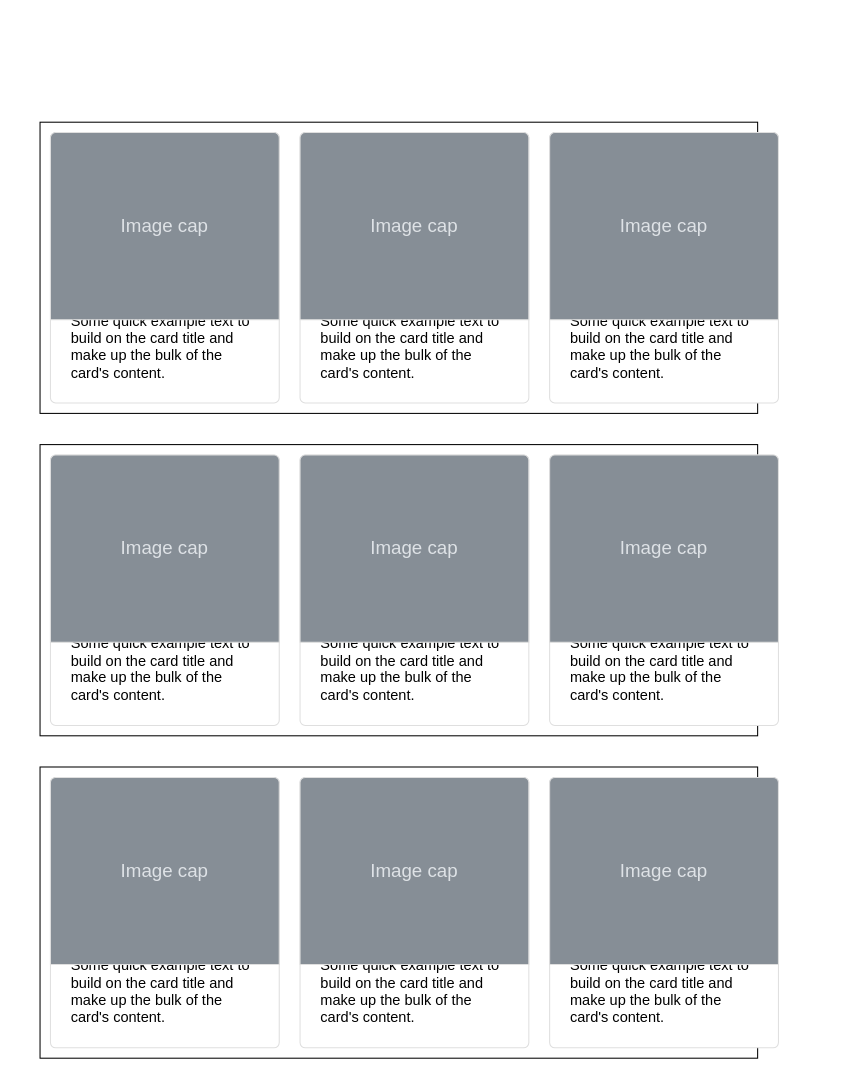
The draw.io diagram Untitled Diagram.drawio in gmanfrini/bookonline, before the edit. Source tidied: cells renumbered, new cells numbered last; positions are measured from the earlier drawing's top-left corner, leaving out a move shared by most shapes. Both pictures are drawn from the tidied source at 104%, with x=0, y=0 at pixel (40, 122).
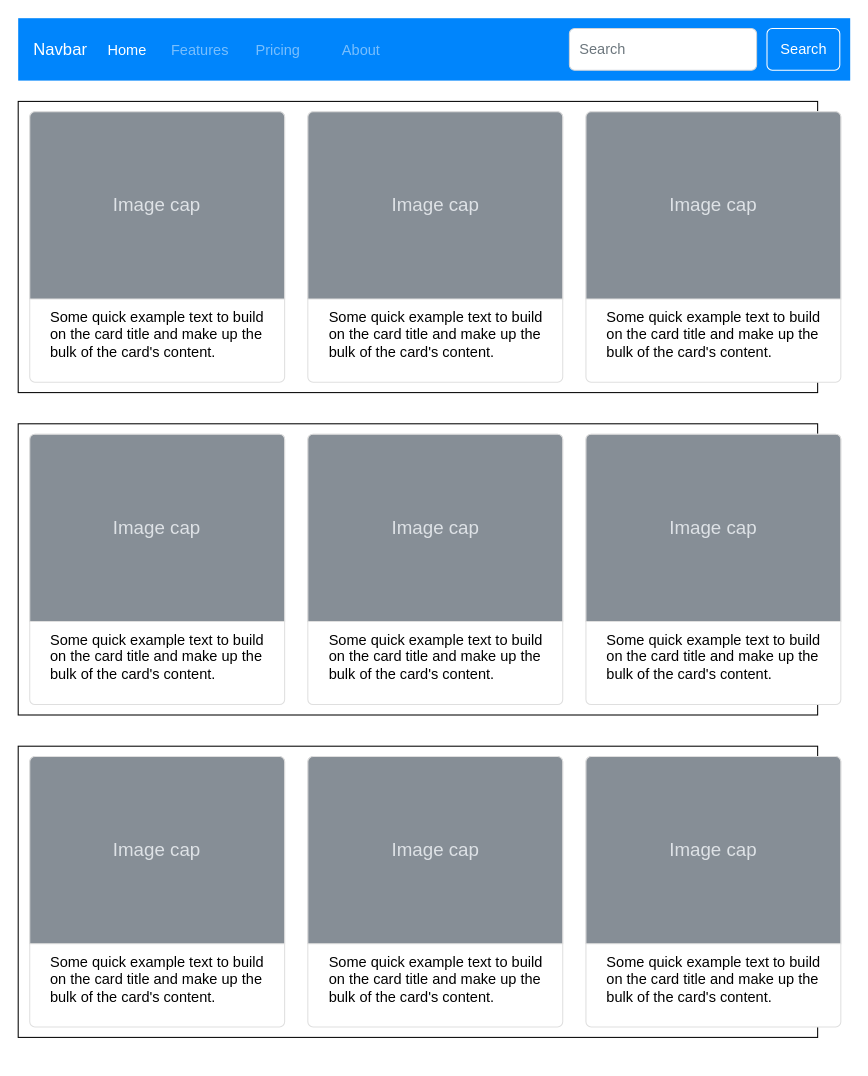
Above is the later version.

What changed in the source:
```diff
@@
+    <mxCell id="26" style="group;" parent="1" vertex="1">
+      <mxGeometry x="-21" y="-20" width="791" height="900" as="geometry" />
+    </mxCell>
-    <mxCell id="2" style="group;" parent="1" vertex="1">
-      <mxGeometry width="710" height="280" as="geometry" />
+    <mxCell id="2" style="group;" parent="26" vertex="1">
+      <mxGeometry width="791" height="280" as="geometry" />
     </mxCell>
     <mxCell id="3" style="rounded=0;whiteSpace=wrap;html=1;" parent="2" vertex="1">
-      <mxGeometry width="690" height="280" as="geometry" />
+      <mxGeometry width="768.7" height="280" as="geometry" />
     </mxCell>
     <mxCell id="4" value="Some quick example text to build on the card title and make up the bulk of the card's content." style="html=1;shadow=0;dashed=0;shape=mxgraph.bootstrap.rrect;rSize=5;strokeColor=#DFDFDF;html=1;whiteSpace=wrap;fillColor=#ffffff;fontColor=#000000;verticalAlign=bottom;align=left;spacing=20;fontSize=14;" parent="2" vertex="1">
-      <mxGeometry x="10" y="10" width="220" height="260" as="geometry" />
+      <mxGeometry x="11.1" y="10" width="245.1" height="260" as="geometry" />
     </mxCell>
     <mxCell id="5" value="Image cap" style="html=1;shadow=0;dashed=0;shape=mxgraph.bootstrap.topButton;rSize=5;perimeter=none;whiteSpace=wrap;fillColor=#868E96;strokeColor=#DFDFDF;fontColor=#DEE2E6;fontSize=18;" parent="4" vertex="1">
-      <mxGeometry width="220" height="180" relative="1" as="geometry" />
+      <mxGeometry width="245.1" height="180" relative="1" as="geometry" />
     </mxCell>
     <mxCell id="6" value="Some quick example text to build on the card title and make up the bulk of the card's content." style="html=1;shadow=0;dashed=0;shape=mxgraph.bootstrap.rrect;rSize=5;strokeColor=#DFDFDF;html=1;whiteSpace=wrap;fillColor=#ffffff;fontColor=#000000;verticalAlign=bottom;align=left;spacing=20;fontSize=14;" parent="2" vertex="1">
-      <mxGeometry x="250" y="10" width="220" height="260" as="geometry" />
+      <mxGeometry x="278.5" y="10" width="245.1" height="260" as="geometry" />
     </mxCell>
     <mxCell id="7" value="Image cap" style="html=1;shadow=0;dashed=0;shape=mxgraph.bootstrap.topButton;rSize=5;perimeter=none;whiteSpace=wrap;fillColor=#868E96;strokeColor=#DFDFDF;fontColor=#DEE2E6;fontSize=18;" parent="6" vertex="1">
-      <mxGeometry width="220" height="180" relative="1" as="geometry" />
+      <mxGeometry width="245.1" height="180" relative="1" as="geometry" />
     </mxCell>
     <mxCell id="8" value="Some quick example text to build on the card title and make up the bulk of the card's content." style="html=1;shadow=0;dashed=0;shape=mxgraph.bootstrap.rrect;rSize=5;strokeColor=#DFDFDF;html=1;whiteSpace=wrap;fillColor=#ffffff;fontColor=#000000;verticalAlign=bottom;align=left;spacing=20;fontSize=14;" parent="2" vertex="1">
-      <mxGeometry x="490" y="10" width="220" height="260" as="geometry" />
+      <mxGeometry x="545.9" y="10" width="245.1" height="260" as="geometry" />
     </mxCell>
     <mxCell id="9" value="Image cap" style="html=1;shadow=0;dashed=0;shape=mxgraph.bootstrap.topButton;rSize=5;perimeter=none;whiteSpace=wrap;fillColor=#868E96;strokeColor=#DFDFDF;fontColor=#DEE2E6;fontSize=18;" parent="8" vertex="1">
-      <mxGeometry width="220" height="180" relative="1" as="geometry" />
+      <mxGeometry width="245.1" height="180" relative="1" as="geometry" />
     </mxCell>
-    <mxCell id="10" style="group;" parent="1" vertex="1">
-      <mxGeometry y="310" width="710" height="280" as="geometry" />
+    <mxCell id="10" style="group;" parent="26" vertex="1">
+      <mxGeometry y="310" width="791" height="280" as="geometry" />
     </mxCell>
     <mxCell id="11" style="rounded=0;whiteSpace=wrap;html=1;" parent="10" vertex="1">
-      <mxGeometry width="690" height="280" as="geometry" />
+      <mxGeometry width="768.7" height="280" as="geometry" />
     </mxCell>
     <mxCell id="12" value="Some quick example text to build on the card title and make up the bulk of the card's content." style="html=1;shadow=0;dashed=0;shape=mxgraph.bootstrap.rrect;rSize=5;strokeColor=#DFDFDF;html=1;whiteSpace=wrap;fillColor=#ffffff;fontColor=#000000;verticalAlign=bottom;align=left;spacing=20;fontSize=14;" parent="10" vertex="1">
-      <mxGeometry x="10" y="10" width="220" height="260" as="geometry" />
+      <mxGeometry x="11.1" y="10" width="245.1" height="260" as="geometry" />
     </mxCell>
     <mxCell id="13" value="Image cap" style="html=1;shadow=0;dashed=0;shape=mxgraph.bootstrap.topButton;rSize=5;perimeter=none;whiteSpace=wrap;fillColor=#868E96;strokeColor=#DFDFDF;fontColor=#DEE2E6;fontSize=18;" parent="12" vertex="1">
-      <mxGeometry width="220" height="180" relative="1" as="geometry" />
+      <mxGeometry width="245.1" height="180" relative="1" as="geometry" />
     </mxCell>
     <mxCell id="14" value="Some quick example text to build on the card title and make up the bulk of the card's content." style="html=1;shadow=0;dashed=0;shape=mxgraph.bootstrap.rrect;rSize=5;strokeColor=#DFDFDF;html=1;whiteSpace=wrap;fillColor=#ffffff;fontColor=#000000;verticalAlign=bottom;align=left;spacing=20;fontSize=14;" parent="10" vertex="1">
-      <mxGeometry x="250" y="10" width="220" height="260" as="geometry" />
+      <mxGeometry x="278.5" y="10" width="245.1" height="260" as="geometry" />
     </mxCell>
     <mxCell id="15" value="Image cap" style="html=1;shadow=0;dashed=0;shape=mxgraph.bootstrap.topButton;rSize=5;perimeter=none;whiteSpace=wrap;fillColor=#868E96;strokeColor=#DFDFDF;fontColor=#DEE2E6;fontSize=18;" parent="14" vertex="1">
-      <mxGeometry width="220" height="180" relative="1" as="geometry" />
+      <mxGeometry width="245.1" height="180" relative="1" as="geometry" />
     </mxCell>
     <mxCell id="16" value="Some quick example text to build on the card title and make up the bulk of the card's content." style="html=1;shadow=0;dashed=0;shape=mxgraph.bootstrap.rrect;rSize=5;strokeColor=#DFDFDF;html=1;whiteSpace=wrap;fillColor=#ffffff;fontColor=#000000;verticalAlign=bottom;align=left;spacing=20;fontSize=14;" parent="10" vertex="1">
-      <mxGeometry x="490" y="10" width="220" height="260" as="geometry" />
+      <mxGeometry x="545.9" y="10" width="245.1" height="260" as="geometry" />
     </mxCell>
     <mxCell id="17" value="Image cap" style="html=1;shadow=0;dashed=0;shape=mxgraph.bootstrap.topButton;rSize=5;perimeter=none;whiteSpace=wrap;fillColor=#868E96;strokeColor=#DFDFDF;fontColor=#DEE2E6;fontSize=18;" parent="16" vertex="1">
-      <mxGeometry width="220" height="180" relative="1" as="geometry" />
+      <mxGeometry width="245.1" height="180" relative="1" as="geometry" />
     </mxCell>
-    <mxCell id="18" style="group;" parent="1" vertex="1">
-      <mxGeometry y="620" width="710" height="280" as="geometry" />
+    <mxCell id="18" style="group;" parent="26" vertex="1">
+      <mxGeometry y="620" width="791" height="280" as="geometry" />
     </mxCell>
     <mxCell id="19" style="rounded=0;whiteSpace=wrap;html=1;" parent="18" vertex="1">
-      <mxGeometry width="690" height="280" as="geometry" />
+      <mxGeometry width="768.7" height="280" as="geometry" />
     </mxCell>
     <mxCell id="20" value="Some quick example text to build on the card title and make up the bulk of the card's content." style="html=1;shadow=0;dashed=0;shape=mxgraph.bootstrap.rrect;rSize=5;strokeColor=#DFDFDF;html=1;whiteSpace=wrap;fillColor=#ffffff;fontColor=#000000;verticalAlign=bottom;align=left;spacing=20;fontSize=14;" parent="18" vertex="1">
-      <mxGeometry x="10" y="10" width="220" height="260" as="geometry" />
+      <mxGeometry x="11.1" y="10" width="245.1" height="260" as="geometry" />
     </mxCell>
     <mxCell id="21" value="Image cap" style="html=1;shadow=0;dashed=0;shape=mxgraph.bootstrap.topButton;rSize=5;perimeter=none;whiteSpace=wrap;fillColor=#868E96;strokeColor=#DFDFDF;fontColor=#DEE2E6;fontSize=18;" parent="20" vertex="1">
-      <mxGeometry width="220" height="180" relative="1" as="geometry" />
+      <mxGeometry width="245.1" height="180" relative="1" as="geometry" />
     </mxCell>
     <mxCell id="22" value="Some quick example text to build on the card title and make up the bulk of the card's content." style="html=1;shadow=0;dashed=0;shape=mxgraph.bootstrap.rrect;rSize=5;strokeColor=#DFDFDF;html=1;whiteSpace=wrap;fillColor=#ffffff;fontColor=#000000;verticalAlign=bottom;align=left;spacing=20;fontSize=14;" parent="18" vertex="1">
-      <mxGeometry x="250" y="10" width="220" height="260" as="geometry" />
+      <mxGeometry x="278.5" y="10" width="245.1" height="260" as="geometry" />
     </mxCell>
     <mxCell id="23" value="Image cap" style="html=1;shadow=0;dashed=0;shape=mxgraph.bootstrap.topButton;rSize=5;perimeter=none;whiteSpace=wrap;fillColor=#868E96;strokeColor=#DFDFDF;fontColor=#DEE2E6;fontSize=18;" parent="22" vertex="1">
-      <mxGeometry width="220" height="180" relative="1" as="geometry" />
+      <mxGeometry width="245.1" height="180" relative="1" as="geometry" />
     </mxCell>
     <mxCell id="24" value="Some quick example text to build on the card title and make up the bulk of the card's content." style="html=1;shadow=0;dashed=0;shape=mxgraph.bootstrap.rrect;rSize=5;strokeColor=#DFDFDF;html=1;whiteSpace=wrap;fillColor=#ffffff;fontColor=#000000;verticalAlign=bottom;align=left;spacing=20;fontSize=14;" parent="18" vertex="1">
-      <mxGeometry x="490" y="10" width="220" height="260" as="geometry" />
+      <mxGeometry x="545.9" y="10" width="245.1" height="260" as="geometry" />
     </mxCell>
     <mxCell id="25" value="Image cap" style="html=1;shadow=0;dashed=0;shape=mxgraph.bootstrap.topButton;rSize=5;perimeter=none;whiteSpace=wrap;fillColor=#868E96;strokeColor=#DFDFDF;fontColor=#DEE2E6;fontSize=18;" parent="24" vertex="1">
-      <mxGeometry width="220" height="180" relative="1" as="geometry" />
+      <mxGeometry width="245.1" height="180" relative="1" as="geometry" />
     </mxCell>
+    <mxCell id="27" value="Navbar" style="html=1;shadow=0;dashed=0;fillColor=#0085FC;strokeColor=none;fontSize=16;fontColor=#ffffff;align=left;spacing=15;" parent="1" vertex="1">
+      <mxGeometry x="-21" y="-100" width="800" height="60" as="geometry" />
+    </mxCell>
+    <mxCell id="28" value="Home" style="fillColor=none;strokeColor=none;fontSize=14;fontColor=#ffffff;align=center;" parent="27" vertex="1">
+      <mxGeometry width="70" height="40" relative="1" as="geometry">
+        <mxPoint x="70" y="10" as="offset" />
+      </mxGeometry>
+    </mxCell>
+    <mxCell id="29" value="Features" style="fillColor=none;strokeColor=none;fontSize=14;fontColor=#79BFFD;align=center;" parent="27" vertex="1">
+      <mxGeometry width="70" height="40" relative="1" as="geometry">
+        <mxPoint x="140" y="10" as="offset" />
+      </mxGeometry>
+    </mxCell>
+    <mxCell id="30" value="Pricing" style="fillColor=none;strokeColor=none;fontSize=14;fontColor=#79BFFD;align=center;spacingRight=0;" parent="27" vertex="1">
+      <mxGeometry width="80" height="40" relative="1" as="geometry">
+        <mxPoint x="210" y="10" as="offset" />
+      </mxGeometry>
+    </mxCell>
+    <mxCell id="31" value="About" style="fillColor=none;strokeColor=none;fontSize=14;fontColor=#79BFFD;align=center;" parent="27" vertex="1">
+      <mxGeometry width="80" height="40" relative="1" as="geometry">
+        <mxPoint x="290" y="10" as="offset" />
+      </mxGeometry>
+    </mxCell>
+    <mxCell id="32" value="Search" style="html=1;shadow=0;dashed=0;shape=mxgraph.bootstrap.rrect;rSize=5;fontSize=14;fontColor=#ffffff;strokeColor=#ffffff;fillColor=none;" parent="27" vertex="1">
+      <mxGeometry x="1" width="70" height="40" relative="1" as="geometry">
+        <mxPoint x="-80" y="10" as="offset" />
+      </mxGeometry>
+    </mxCell>
+    <mxCell id="33" value="Search" style="html=1;shadow=0;dashed=0;shape=mxgraph.bootstrap.rrect;rSize=5;fontSize=14;fontColor=#6C767D;strokeColor=#CED4DA;fillColor=#ffffff;align=left;spacing=10;" parent="27" vertex="1">
+      <mxGeometry x="1" width="180" height="40" relative="1" as="geometry">
+        <mxPoint x="-270" y="10" as="offset" />
+      </mxGeometry>
+    </mxCell>
```
